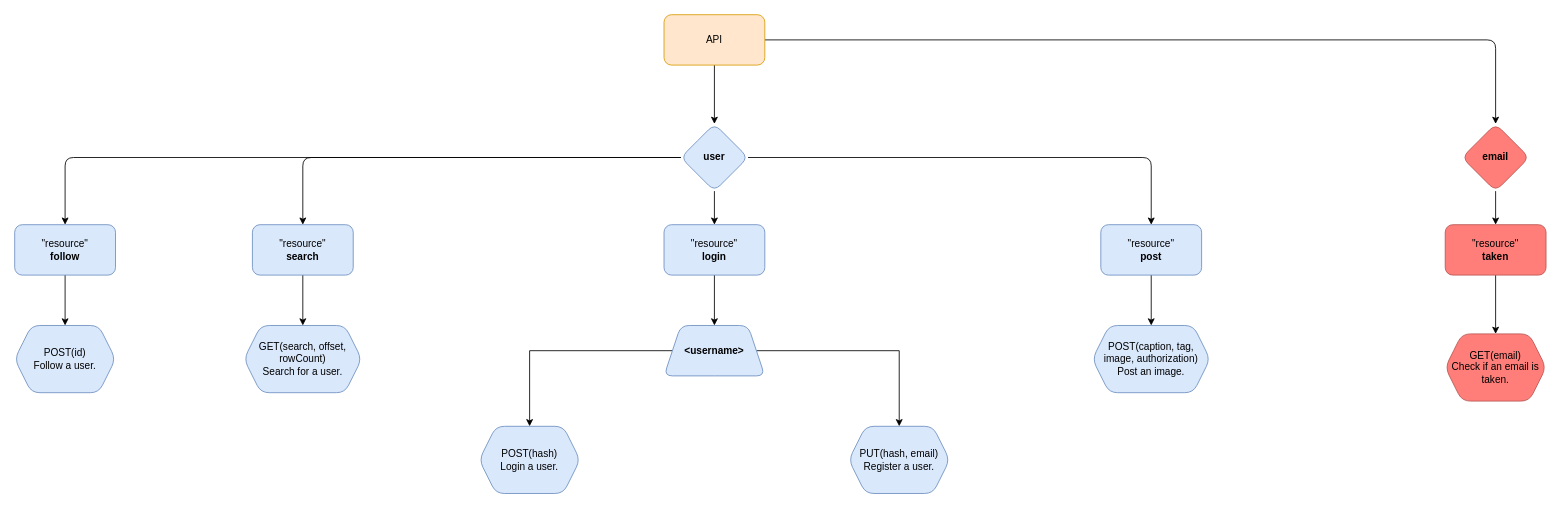
The draw.io diagram Back End/api/API Diagram.drawio in A-French-PngHash/Bestagram, before the edit. Source tidied: cells renumbered, new cells numbered last; positions are measured from the earlier drawing's top-left corner, leaving out a move shared by most shapes. Both pictures are drawn from the tidied source at 84%, with x=0, y=0 at pixel (14, 14).
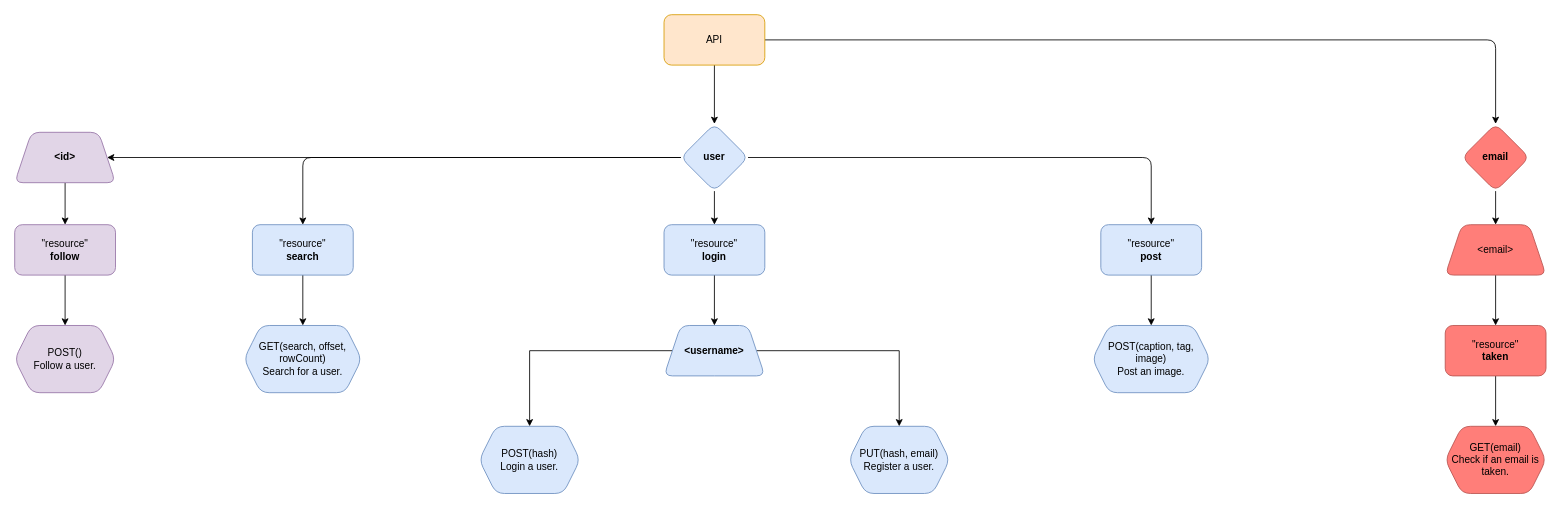
Above is the later version.

The change refers to these unchanged cells:
```xml
<mxCell id="9" value="&lt;b&gt;user&lt;/b&gt;" style="rhombus;whiteSpace=wrap;html=1;strokeColor=#6c8ebf;fillColor=#dae8fc;shadow=0;rounded=1;" parent="1" vertex="1">
  <mxGeometry x="793" y="130" width="80" height="80" as="geometry" />
</mxCell>
<mxCell id="21" value="&lt;b&gt;email&lt;/b&gt;" style="rhombus;whiteSpace=wrap;html=1;strokeColor=#b85450;rounded=1;fillColor=#FF7E79;" parent="1" vertex="1">
  <mxGeometry x="1723" y="130" width="80" height="80" as="geometry" />
</mxCell>
```

What changed in the source:
```diff
@@
-    <mxCell id="8" style="edgeStyle=orthogonalEdgeStyle;jettySize=auto;html=1;" parent="1" edge="1" source="9" target="26">
-      <mxGeometry relative="1" as="geometry" />
-    </mxCell>
+    <mxCell id="31" style="edgeStyle=orthogonalEdgeStyle;rounded=0;jettySize=auto;html=1;entryX=1;entryY=0.5;entryDx=0;entryDy=0;" parent="1" edge="1" source="9" target="34">
+      <mxGeometry relative="1" as="geometry" />
+    </mxCell>
@@
-    <mxCell id="19" value="&lt;div&gt;POST(caption, tag, image, authorization)&lt;/div&gt;&lt;div&gt;Post an image.&lt;/div&gt;" style="shape=hexagon;perimeter=hexagonPerimeter2;whiteSpace=wrap;html=1;fixedSize=1;strokeColor=#6c8ebf;fillColor=#dae8fc;rounded=1;" parent="1" vertex="1">
+    <mxCell id="19" value="&lt;div&gt;POST(caption, tag, image)&lt;/div&gt;&lt;div&gt;Post an image.&lt;/div&gt;" style="shape=hexagon;perimeter=hexagonPerimeter2;whiteSpace=wrap;html=1;fixedSize=1;strokeColor=#6c8ebf;fillColor=#dae8fc;rounded=1;" parent="1" vertex="1">
       <mxGeometry x="1283" y="370" width="140" height="80" as="geometry" />
     </mxCell>
-    <mxCell id="20" style="edgeStyle=orthogonalEdgeStyle;jettySize=auto;html=1;" parent="1" edge="1" source="21" target="23">
-      <mxGeometry relative="1" as="geometry" />
-    </mxCell>
+    <mxCell id="32" style="edgeStyle=orthogonalEdgeStyle;rounded=0;jettySize=auto;html=1;" parent="1" edge="1" source="21" target="36">
+      <mxGeometry relative="1" as="geometry" />
+    </mxCell>
@@
     <mxCell id="23" value="&quot;resource&quot;&lt;br&gt;&lt;b&gt;taken&lt;/b&gt;" style="whiteSpace=wrap;html=1;strokeColor=#b85450;rounded=1;fillColor=#FF7E79;" parent="1" vertex="1">
-      <mxGeometry x="1703" y="250" width="120" height="60" as="geometry" />
+      <mxGeometry x="1703" y="370" width="120" height="60" as="geometry" />
     </mxCell>
     <mxCell id="24" value="&lt;div&gt;GET(email)&lt;/div&gt;&lt;div&gt;Check if an email is taken.&lt;/div&gt;" style="shape=hexagon;perimeter=hexagonPerimeter2;whiteSpace=wrap;html=1;fixedSize=1;strokeColor=#b85450;rounded=1;fillColor=#FF7E79;" parent="1" vertex="1">
-      <mxGeometry x="1703" y="380" width="120" height="80" as="geometry" />
+      <mxGeometry x="1703" y="490" width="120" height="80" as="geometry" />
     </mxCell>
-    <mxCell id="25" style="edgeStyle=orthogonalEdgeStyle;jettySize=auto;html=1;" parent="1" edge="1" source="26" target="27">
+    <mxCell id="25" style="edgeStyle=orthogonalEdgeStyle;rounded=0;jettySize=auto;html=1;" parent="1" edge="1" source="26" target="27">
       <mxGeometry relative="1" as="geometry" />
     </mxCell>
-    <mxCell id="26" value="&quot;resource&quot;&lt;br&gt;&lt;b&gt;follow&lt;/b&gt;" style="whiteSpace=wrap;html=1;strokeColor=#6c8ebf;fillColor=#dae8fc;rounded=1;" parent="1" vertex="1">
+    <mxCell id="26" value="&quot;resource&quot;&lt;br&gt;&lt;b&gt;follow&lt;/b&gt;" style="whiteSpace=wrap;html=1;strokeColor=#9673a6;fillColor=#e1d5e7;rounded=1;" parent="1" vertex="1">
       <mxGeometry y="250" width="120" height="60" as="geometry" />
     </mxCell>
-    <mxCell id="27" value="&lt;div&gt;POST(id)&lt;/div&gt;&lt;div&gt;Follow a user.&lt;br&gt;&lt;/div&gt;" style="shape=hexagon;perimeter=hexagonPerimeter2;whiteSpace=wrap;html=1;fixedSize=1;strokeColor=#6c8ebf;fillColor=#dae8fc;rounded=1;" parent="1" vertex="1">
+    <mxCell id="27" value="&lt;div&gt;POST()&lt;/div&gt;&lt;div&gt;Follow a user.&lt;br&gt;&lt;/div&gt;" style="shape=hexagon;perimeter=hexagonPerimeter2;whiteSpace=wrap;html=1;fixedSize=1;strokeColor=#9673a6;fillColor=#e1d5e7;rounded=1;" parent="1" vertex="1">
       <mxGeometry y="370" width="120" height="80" as="geometry" />
     </mxCell>
@@
+    <mxCell id="33" style="edgeStyle=orthogonalEdgeStyle;rounded=0;jettySize=auto;html=1;" parent="1" edge="1" source="34" target="26">
+      <mxGeometry relative="1" as="geometry" />
+    </mxCell>
+    <mxCell id="34" value="&lt;b&gt;&amp;lt;id&amp;gt;&lt;/b&gt;" style="shape=trapezoid;perimeter=trapezoidPerimeter;whiteSpace=wrap;html=1;fixedSize=1;rounded=1;strokeColor=#9673a6;fillColor=#e1d5e7;" parent="1" vertex="1">
+      <mxGeometry y="140" width="120" height="60" as="geometry" />
+    </mxCell>
+    <mxCell id="35" style="edgeStyle=orthogonalEdgeStyle;rounded=0;jettySize=auto;html=1;" parent="1" edge="1" source="36" target="23">
+      <mxGeometry relative="1" as="geometry" />
+    </mxCell>
+    <mxCell id="36" value="&amp;lt;email&amp;gt;" style="shape=trapezoid;perimeter=trapezoidPerimeter;whiteSpace=wrap;html=1;fixedSize=1;rounded=1;strokeColor=#b85450;fillColor=#FF7E79;" parent="1" vertex="1">
+      <mxGeometry x="1703" y="250" width="120" height="60" as="geometry" />
+    </mxCell>
```
